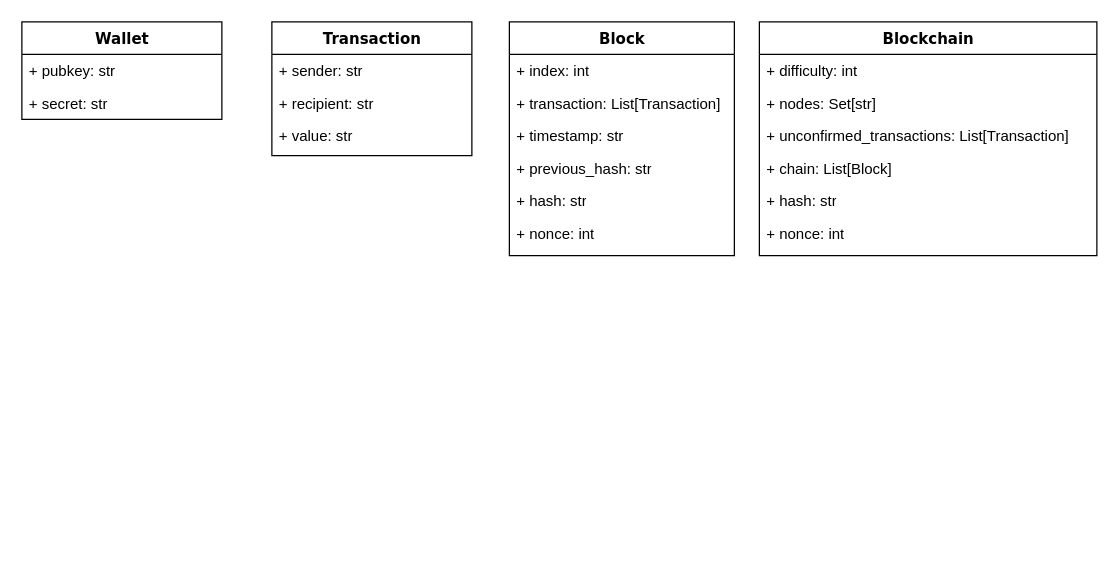
Earlier version of the draw.io diagram PyCoin.drawio (kevink1103/PyCoin). Source tidied: cells renumbered, new cells numbered last; positions are measured from the earlier drawing's top-left corner, leaving out a move shared by most shapes. Both pictures are drawn from the tidied source at 125%, with x=0, y=0 at pixel (21, 21).
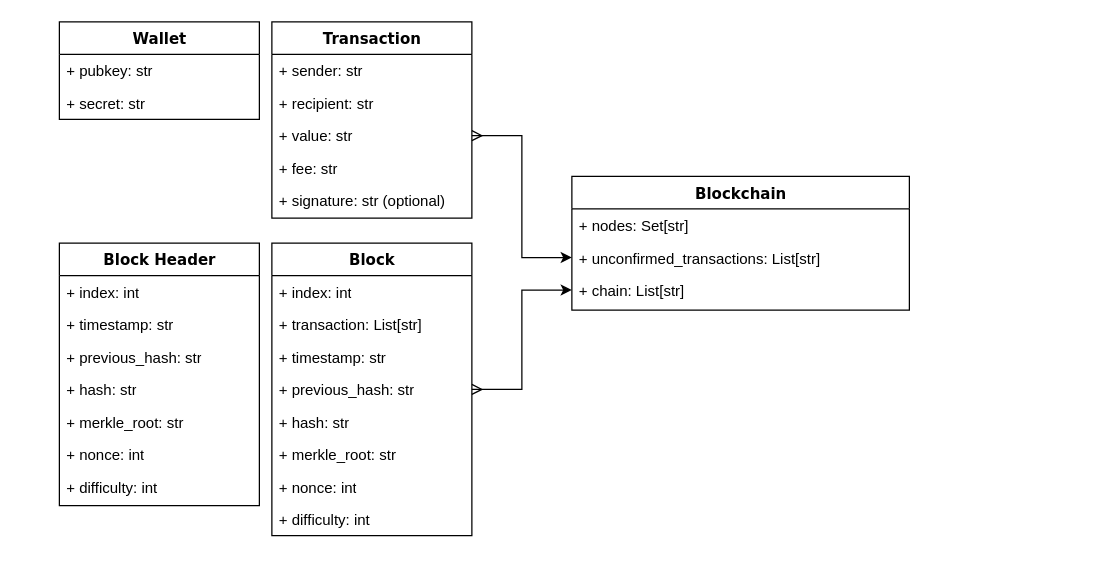
After the change.

Commit message:
update: schema design

The change refers to these unchanged cells:
```xml
<mxCell id="8" value="+ value: str" style="text;html=1;strokeColor=none;fillColor=none;align=left;verticalAlign=top;spacingLeft=4;spacingRight=4;whiteSpace=wrap;overflow=hidden;points=[[0,0.5],[1,0.5]];portConstraint=eastwest;" parent="5" vertex="1">
  <mxGeometry y="78" width="160" height="26" as="geometry" />
</mxCell>
```

Diff of the diagram source:
```diff
@@
     <mxCell id="2" value="Wallet" style="swimlane;html=1;fontStyle=1;align=center;verticalAlign=top;horizontal=1;startSize=26;swimlaneFillColor=#ffffff;rounded=0;shadow=0;comic=0;labelBackgroundColor=none;strokeWidth=1;fillColor=none;fontFamily=Verdana;fontSize=12;" parent="1" vertex="1">
-      <mxGeometry width="160" height="78" as="geometry" />
+      <mxGeometry x="30" width="160" height="78" as="geometry" />
     </mxCell>
@@
     <mxCell id="5" value="Transaction" style="swimlane;html=1;fontStyle=1;align=center;verticalAlign=top;horizontal=1;startSize=26;swimlaneFillColor=#ffffff;rounded=0;shadow=0;comic=0;labelBackgroundColor=none;strokeWidth=1;fillColor=none;fontFamily=Verdana;fontSize=12;" parent="1" vertex="1">
-      <mxGeometry x="200" width="160" height="107" as="geometry" />
+      <mxGeometry x="200" width="160" height="157" as="geometry" />
     </mxCell>
@@
+    <mxCell id="23" value="+ fee: str" style="text;html=1;strokeColor=none;fillColor=none;align=left;verticalAlign=top;spacingLeft=4;spacingRight=4;whiteSpace=wrap;overflow=hidden;" parent="5" vertex="1">
+      <mxGeometry y="104" width="160" height="26" as="geometry" />
+    </mxCell>
+    <mxCell id="24" value="+ signature: str (optional)" style="text;html=1;strokeColor=none;fillColor=none;align=left;verticalAlign=top;spacingLeft=4;spacingRight=4;whiteSpace=wrap;overflow=hidden;" parent="5" vertex="1">
+      <mxGeometry y="130" width="160" height="26" as="geometry" />
+    </mxCell>
     <mxCell id="9" value="Block" style="swimlane;html=1;fontStyle=1;align=center;verticalAlign=top;horizontal=1;startSize=26;swimlaneFillColor=#ffffff;rounded=0;shadow=0;comic=0;labelBackgroundColor=none;strokeWidth=1;fillColor=none;fontFamily=Verdana;fontSize=12;" parent="1" vertex="1">
-      <mxGeometry x="390" width="180" height="187" as="geometry" />
+      <mxGeometry x="200" y="177" width="160" height="234" as="geometry" />
     </mxCell>
     <mxCell id="10" value="+ index: int" style="text;html=1;strokeColor=none;fillColor=none;align=left;verticalAlign=top;spacingLeft=4;spacingRight=4;whiteSpace=wrap;overflow=hidden;" parent="9" vertex="1">
-      <mxGeometry y="26" width="180" height="26" as="geometry" />
+      <mxGeometry y="26" width="160" height="26" as="geometry" />
     </mxCell>
-    <mxCell id="11" value="+ transaction: List[Transaction]" style="text;html=1;strokeColor=none;fillColor=none;align=left;verticalAlign=top;spacingLeft=4;spacingRight=4;whiteSpace=wrap;overflow=hidden;" parent="9" vertex="1">
-      <mxGeometry y="52" width="180" height="26" as="geometry" />
+    <mxCell id="11" value="+ transaction: List[str]" style="text;html=1;strokeColor=none;fillColor=none;align=left;verticalAlign=top;spacingLeft=4;spacingRight=4;whiteSpace=wrap;overflow=hidden;" parent="9" vertex="1">
+      <mxGeometry y="52" width="160" height="26" as="geometry" />
     </mxCell>
     <mxCell id="12" value="+ timestamp: str" style="text;html=1;strokeColor=none;fillColor=none;align=left;verticalAlign=top;spacingLeft=4;spacingRight=4;whiteSpace=wrap;overflow=hidden;" parent="9" vertex="1">
-      <mxGeometry y="78" width="180" height="26" as="geometry" />
+      <mxGeometry y="78" width="160" height="26" as="geometry" />
     </mxCell>
     <mxCell id="13" value="+ previous_hash: str" style="text;html=1;strokeColor=none;fillColor=none;align=left;verticalAlign=top;spacingLeft=4;spacingRight=4;whiteSpace=wrap;overflow=hidden;points=[[0,0.5],[1,0.5]];portConstraint=eastwest;" parent="9" vertex="1">
-      <mxGeometry y="104" width="180" height="26" as="geometry" />
+      <mxGeometry y="104" width="160" height="26" as="geometry" />
     </mxCell>
     <mxCell id="14" value="+ hash: str" style="text;html=1;strokeColor=none;fillColor=none;align=left;verticalAlign=top;spacingLeft=4;spacingRight=4;whiteSpace=wrap;overflow=hidden;" parent="9" vertex="1">
-      <mxGeometry y="130" width="180" height="26" as="geometry" />
+      <mxGeometry y="130" width="160" height="26" as="geometry" />
     </mxCell>
-    <mxCell id="15" value="+ nonce: int" style="text;html=1;strokeColor=none;fillColor=none;align=left;verticalAlign=top;spacingLeft=4;spacingRight=4;whiteSpace=wrap;overflow=hidden;" parent="9" vertex="1">
-      <mxGeometry y="156" width="180" height="26" as="geometry" />
+    <mxCell id="15" value="+ merkle_root: str" style="text;html=1;strokeColor=none;fillColor=none;align=left;verticalAlign=top;spacingLeft=4;spacingRight=4;whiteSpace=wrap;overflow=hidden;" parent="9" vertex="1">
+      <mxGeometry y="156" width="160" height="26" as="geometry" />
     </mxCell>
+    <mxCell id="25" value="+ nonce: int" style="text;html=1;strokeColor=none;fillColor=none;align=left;verticalAlign=top;spacingLeft=4;spacingRight=4;whiteSpace=wrap;overflow=hidden;" parent="9" vertex="1">
+      <mxGeometry y="182" width="160" height="26" as="geometry" />
+    </mxCell>
+    <mxCell id="26" value="+ difficulty: int" style="text;html=1;strokeColor=none;fillColor=none;align=left;verticalAlign=top;spacingLeft=4;spacingRight=4;whiteSpace=wrap;overflow=hidden;" parent="9" vertex="1">
+      <mxGeometry y="208" width="160" height="26" as="geometry" />
+    </mxCell>
     <mxCell id="16" value="Blockchain" style="swimlane;html=1;fontStyle=1;align=center;verticalAlign=top;horizontal=1;startSize=26;swimlaneFillColor=#ffffff;rounded=0;shadow=0;comic=0;labelBackgroundColor=none;strokeWidth=1;fillColor=none;fontFamily=Verdana;fontSize=12;" parent="1" vertex="1">
-      <mxGeometry x="590" width="270" height="187" as="geometry" />
+      <mxGeometry x="440" y="123.5" width="270" height="107" as="geometry" />
     </mxCell>
-    <mxCell id="17" value="+ difficulty: int" style="text;html=1;strokeColor=none;fillColor=none;align=left;verticalAlign=top;spacingLeft=4;spacingRight=4;whiteSpace=wrap;overflow=hidden;" parent="16" vertex="1">
-      <mxGeometry y="26" width="270" height="26" as="geometry" />
-    </mxCell>
     <mxCell id="18" value="+ nodes: Set[str]" style="text;html=1;strokeColor=none;fillColor=none;align=left;verticalAlign=top;spacingLeft=4;spacingRight=4;whiteSpace=wrap;overflow=hidden;" parent="16" vertex="1">
-      <mxGeometry y="52" width="270" height="26" as="geometry" />
+      <mxGeometry y="26" width="270" height="26" as="geometry" />
     </mxCell>
-    <mxCell id="19" value="+ unconfirmed_transactions: List[Transaction]" style="text;html=1;strokeColor=none;fillColor=none;align=left;verticalAlign=top;spacingLeft=4;spacingRight=4;whiteSpace=wrap;overflow=hidden;points=[[0,0.5],[1,0.5]];portConstraint=eastwest;" parent="16" vertex="1">
-      <mxGeometry y="78" width="270" height="26" as="geometry" />
+    <mxCell id="19" value="+ unconfirmed_transactions: List[str]" style="text;html=1;strokeColor=none;fillColor=none;align=left;verticalAlign=top;spacingLeft=4;spacingRight=4;whiteSpace=wrap;overflow=hidden;points=[[0,0.5],[1,0.5]];portConstraint=eastwest;" parent="16" vertex="1">
+      <mxGeometry y="52" width="270" height="26" as="geometry" />
     </mxCell>
-    <mxCell id="20" value="+ chain: List[Block]" style="text;html=1;strokeColor=none;fillColor=none;align=left;verticalAlign=top;spacingLeft=4;spacingRight=4;whiteSpace=wrap;overflow=hidden;points=[[0,0.5],[1,0.5]];portConstraint=eastwest;" parent="16" vertex="1">
-      <mxGeometry y="104" width="270" height="26" as="geometry" />
+    <mxCell id="20" value="+ chain: List[str]" style="text;html=1;strokeColor=none;fillColor=none;align=left;verticalAlign=top;spacingLeft=4;spacingRight=4;whiteSpace=wrap;overflow=hidden;points=[[0,0.5],[1,0.5]];portConstraint=eastwest;" parent="16" vertex="1">
+      <mxGeometry y="78" width="270" height="26" as="geometry" />
     </mxCell>
+    <mxCell id="27" value="Block Header" style="swimlane;html=1;fontStyle=1;align=center;verticalAlign=top;horizontal=1;startSize=26;swimlaneFillColor=#ffffff;rounded=0;shadow=0;comic=0;labelBackgroundColor=none;strokeWidth=1;fillColor=none;fontFamily=Verdana;fontSize=12;" parent="1" vertex="1">
+      <mxGeometry x="30" y="177" width="160" height="210" as="geometry" />
+    </mxCell>
+    <mxCell id="28" value="+ index: int" style="text;html=1;strokeColor=none;fillColor=none;align=left;verticalAlign=top;spacingLeft=4;spacingRight=4;whiteSpace=wrap;overflow=hidden;" parent="27" vertex="1">
+      <mxGeometry y="26" width="160" height="26" as="geometry" />
+    </mxCell>
+    <mxCell id="29" value="+ timestamp: str" style="text;html=1;strokeColor=none;fillColor=none;align=left;verticalAlign=top;spacingLeft=4;spacingRight=4;whiteSpace=wrap;overflow=hidden;" parent="27" vertex="1">
+      <mxGeometry y="52" width="160" height="26" as="geometry" />
+    </mxCell>
+    <mxCell id="30" value="+ previous_hash: str" style="text;html=1;strokeColor=none;fillColor=none;align=left;verticalAlign=top;spacingLeft=4;spacingRight=4;whiteSpace=wrap;overflow=hidden;" parent="27" vertex="1">
+      <mxGeometry y="78" width="160" height="26" as="geometry" />
+    </mxCell>
-    <mxCell id="21" value="+ hash: str" style="text;html=1;strokeColor=none;fillColor=none;align=left;verticalAlign=top;spacingLeft=4;spacingRight=4;whiteSpace=wrap;overflow=hidden;" parent="16" vertex="1">
-      <mxGeometry y="130" width="270" height="26" as="geometry" />
+    <mxCell id="21" value="+ hash: str" style="text;html=1;strokeColor=none;fillColor=none;align=left;verticalAlign=top;spacingLeft=4;spacingRight=4;whiteSpace=wrap;overflow=hidden;" parent="27" vertex="1">
+      <mxGeometry y="104" width="160" height="26" as="geometry" />
     </mxCell>
-    <mxCell id="22" value="+ nonce: int" style="text;html=1;strokeColor=none;fillColor=none;align=left;verticalAlign=top;spacingLeft=4;spacingRight=4;whiteSpace=wrap;overflow=hidden;" parent="16" vertex="1">
-      <mxGeometry y="156" width="270" height="26" as="geometry" />
-    </mxCell>
+    <mxCell id="31" value="+ merkle_root: str" style="text;html=1;strokeColor=none;fillColor=none;align=left;verticalAlign=top;spacingLeft=4;spacingRight=4;whiteSpace=wrap;overflow=hidden;" parent="27" vertex="1">
+      <mxGeometry y="130" width="160" height="26" as="geometry" />
+    </mxCell>
+    <mxCell id="32" value="+ nonce: int" style="text;html=1;strokeColor=none;fillColor=none;align=left;verticalAlign=top;spacingLeft=4;spacingRight=4;whiteSpace=wrap;overflow=hidden;" parent="27" vertex="1">
+      <mxGeometry y="156" width="160" height="26" as="geometry" />
+    </mxCell>
+    <mxCell id="33" value="+ difficulty: int" style="text;html=1;strokeColor=none;fillColor=none;align=left;verticalAlign=top;spacingLeft=4;spacingRight=4;whiteSpace=wrap;overflow=hidden;" parent="27" vertex="1">
+      <mxGeometry y="182" width="160" height="26" as="geometry" />
+    </mxCell>
+    <mxCell id="34" style="edgeStyle=orthogonalEdgeStyle;rounded=0;jettySize=auto;html=1;exitX=1;exitY=0.5;exitDx=0;exitDy=0;entryX=0;entryY=0.5;entryDx=0;entryDy=0;startArrow=ERmany;startFill=0;" parent="1" edge="1" source="8" target="19">
+      <mxGeometry relative="1" as="geometry" />
+    </mxCell>
+    <mxCell id="35" style="edgeStyle=orthogonalEdgeStyle;rounded=0;jettySize=auto;html=1;exitX=1;exitY=0.5;exitDx=0;exitDy=0;entryX=0;entryY=0.5;entryDx=0;entryDy=0;startArrow=ERmany;startFill=0;" parent="1" edge="1" source="13" target="20">
+      <mxGeometry relative="1" as="geometry" />
+    </mxCell>
```
